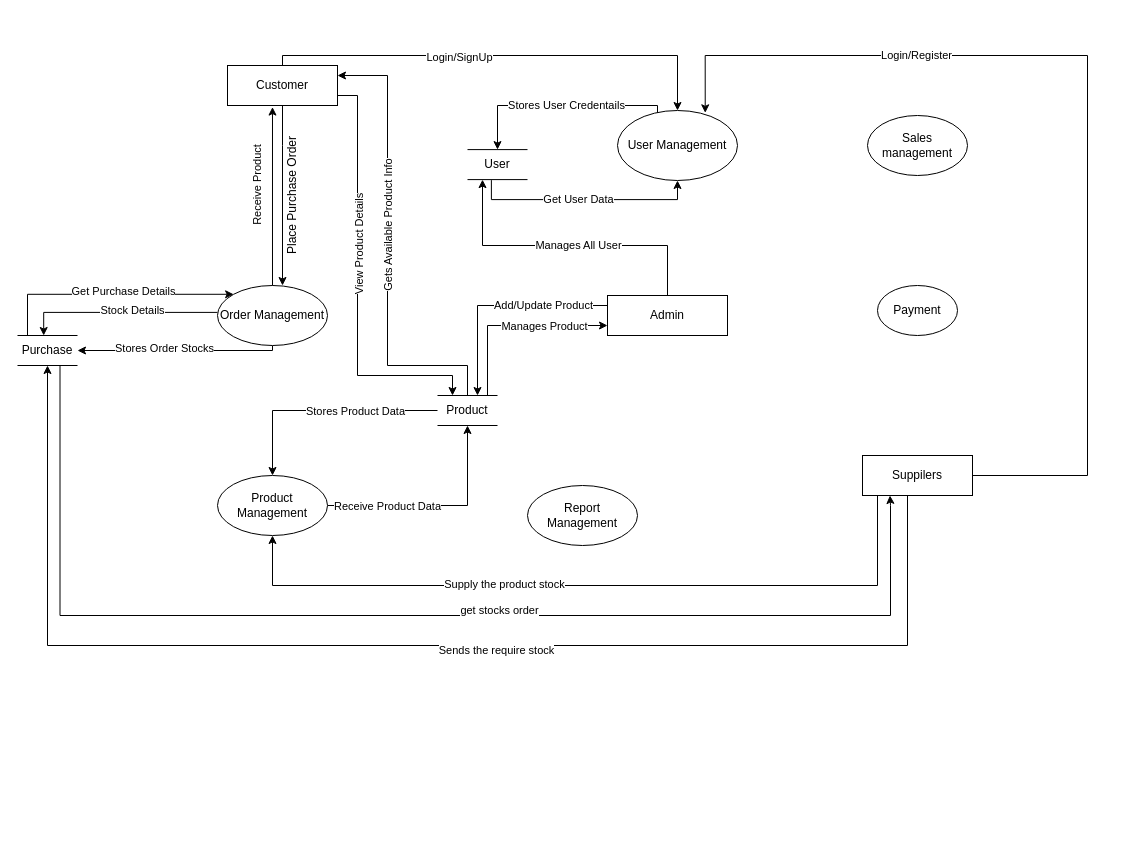
Earlier version of the draw.io diagram hELLO.drawio (pawal-karki/DRAW.IO). Source tidied: cells renumbered, new cells numbered last; positions are measured from the earlier drawing's top-left corner, leaving out a move shared by most shapes. Both pictures are drawn from the tidied source at 100%, with x=0, y=0 at pixel (17, 55).
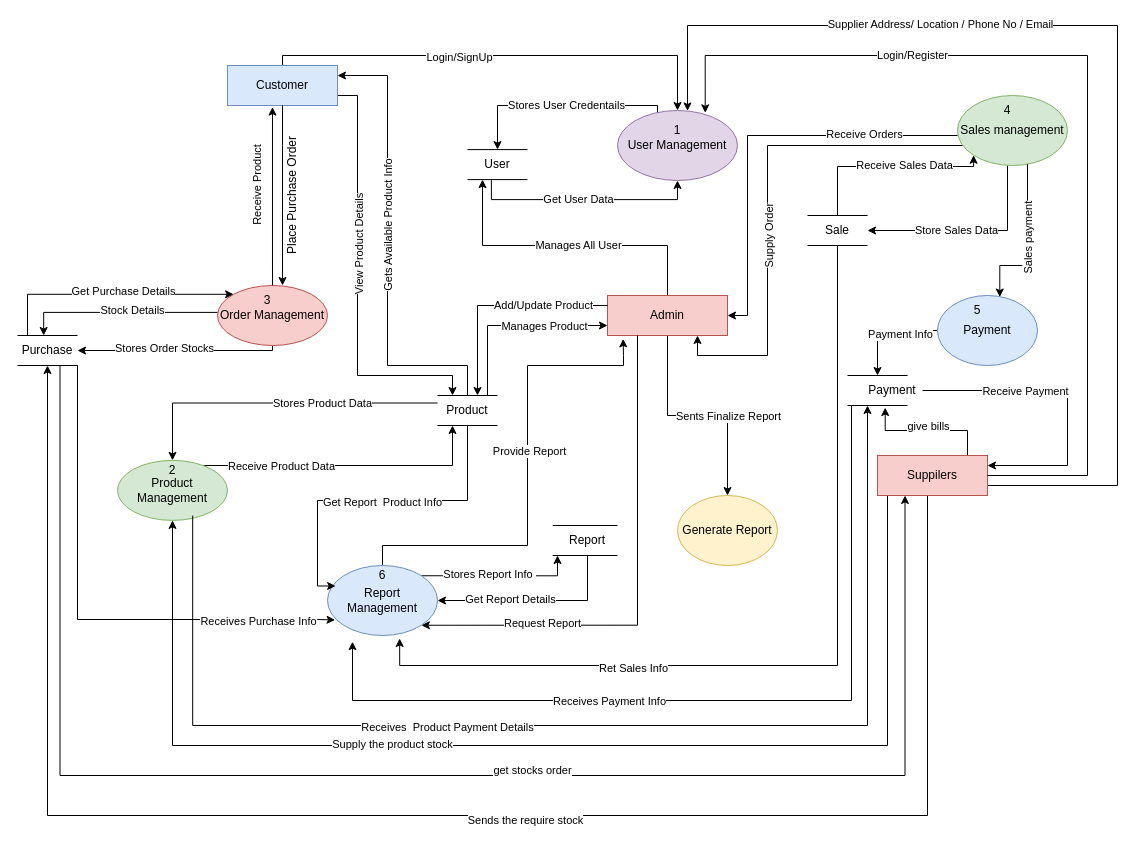
The same page after the edit.

Unchanged cells that the change refers to:
```xml
<mxCell id="37" value="Purchase" style="text;html=1;align=center;verticalAlign=middle;whiteSpace=wrap;rounded=0;" parent="1" vertex="1">
  <mxGeometry y="280" width="60" height="30" as="geometry" />
</mxCell>
<mxCell id="50" value="Product" style="text;html=1;align=center;verticalAlign=middle;whiteSpace=wrap;rounded=0;" parent="1" vertex="1">
  <mxGeometry x="420" y="340" width="60" height="30" as="geometry" />
</mxCell>
```

Change to the diagram source:
```diff
@@
-    <mxCell id="4" value="User Management" style="ellipse;whiteSpace=wrap;html=1;" parent="1" vertex="1">
+    <mxCell id="4" value="User Management" style="ellipse;whiteSpace=wrap;html=1;fillColor=#e1d5e7;strokeColor=#9673a6;" parent="1" vertex="1">
       <mxGeometry x="600" y="55" width="120" height="70" as="geometry" />
     </mxCell>
@@
+    <mxCell id="58" style="edgeStyle=orthogonalEdgeStyle;rounded=0;jettySize=auto;html=1;entryX=0.5;entryY=0;entryDx=0;entryDy=0;" parent="1" edge="1" source="7" target="105">
+      <mxGeometry relative="1" as="geometry" />
+    </mxCell>
+    <mxCell id="59" value="Sents Finalize Report" style="edgeLabel;html=1;align=center;verticalAlign=middle;" parent="58" vertex="1">
+      <mxGeometry x="-0.01" y="-3" relative="1" as="geometry">
+        <mxPoint x="31" y="-3" as="offset" />
+      </mxGeometry>
+    </mxCell>
-    <mxCell id="7" value="Admin" style="rounded=0;whiteSpace=wrap;html=1;" parent="1" vertex="1">
+    <mxCell id="7" value="Admin" style="rounded=0;whiteSpace=wrap;html=1;fillColor=#f8cecc;strokeColor=#b85450;" parent="1" vertex="1">
       <mxGeometry x="590" y="240" width="120" height="40" as="geometry" />
     </mxCell>
     <mxCell id="8" style="edgeStyle=orthogonalEdgeStyle;rounded=0;jettySize=auto;html=1;exitX=0;exitY=1;exitDx=0;exitDy=0;entryX=0.5;entryY=1;entryDx=0;entryDy=0;" parent="1" edge="1" source="26" target="21">
       <mxGeometry relative="1" as="geometry">
         <Array as="points">
-          <mxPoint x="860" y="440" />
-          <mxPoint x="860" y="530" />
-          <mxPoint x="255" y="530" />
+          <mxPoint x="870" y="440" />
+          <mxPoint x="870" y="690" />
+          <mxPoint x="155" y="690" />
         </Array>
       </mxGeometry>
     </mxCell>
@@
+    <mxCell id="60" style="edgeStyle=orthogonalEdgeStyle;rounded=0;jettySize=auto;html=1;entryX=0.5;entryY=1;entryDx=0;entryDy=0;startArrow=classic;startFill=1;endArrow=none;endFill=0;" parent="1" edge="1" source="10" target="98">
+      <mxGeometry relative="1" as="geometry" />
+    </mxCell>
+    <mxCell id="61" value="Get Report Details" style="edgeLabel;html=1;align=center;verticalAlign=middle;" parent="60" vertex="1">
+      <mxGeometry x="-0.26" y="2" relative="1" as="geometry" />
+    </mxCell>
+    <mxCell id="62" style="edgeStyle=orthogonalEdgeStyle;rounded=0;jettySize=auto;html=1;exitX=1;exitY=0;exitDx=0;exitDy=0;entryX=0;entryY=1;entryDx=0;entryDy=0;" parent="1" edge="1" source="10" target="98">
+      <mxGeometry relative="1" as="geometry" />
+    </mxCell>
+    <mxCell id="63" value="Stores Report Info&amp;nbsp;" style="edgeLabel;html=1;align=center;verticalAlign=middle;" parent="62" vertex="1">
+      <mxGeometry x="-0.13" y="2" relative="1" as="geometry" />
+    </mxCell>
+    <mxCell id="64" style="edgeStyle=orthogonalEdgeStyle;rounded=0;jettySize=auto;html=1;entryX=0.13;entryY=1.085;entryDx=0;entryDy=0;entryPerimeter=0;" parent="1" edge="1" source="10" target="7">
+      <mxGeometry relative="1" as="geometry">
+        <Array as="points">
+          <mxPoint x="365" y="490" />
+          <mxPoint x="510" y="490" />
+          <mxPoint x="510" y="310" />
+          <mxPoint x="606" y="310" />
+          <mxPoint x="606" y="300" />
+        </Array>
+      </mxGeometry>
+    </mxCell>
+    <mxCell id="65" value="Provide Report" style="edgeLabel;html=1;align=center;verticalAlign=middle;" parent="64" vertex="1">
+      <mxGeometry x="0.11" y="-1" relative="1" as="geometry" />
+    </mxCell>
+    <mxCell id="66" style="edgeStyle=orthogonalEdgeStyle;rounded=0;jettySize=auto;html=1;exitX=1;exitY=1;exitDx=0;exitDy=0;entryX=0.25;entryY=1;entryDx=0;entryDy=0;startArrow=classic;startFill=1;endArrow=none;endFill=0;" parent="1" edge="1" source="10" target="7">
+      <mxGeometry relative="1" as="geometry" />
+    </mxCell>
+    <mxCell id="67" value="Request Report" style="edgeLabel;html=1;align=center;verticalAlign=middle;" parent="66" vertex="1">
+      <mxGeometry x="-0.52" y="2" relative="1" as="geometry" />
+    </mxCell>
-    <mxCell id="10" value="Report Management" style="ellipse;whiteSpace=wrap;html=1;" parent="1" vertex="1">
-      <mxGeometry x="510" y="430" width="110" height="60" as="geometry" />
+    <mxCell id="10" value="Report Management" style="ellipse;whiteSpace=wrap;html=1;fillColor=#dae8fc;strokeColor=#6c8ebf;" parent="1" vertex="1">
+      <mxGeometry x="310" y="510" width="110" height="70" as="geometry" />
     </mxCell>
@@
-    <mxCell id="15" value="Customer" style="rounded=0;whiteSpace=wrap;html=1;" parent="1" vertex="1">
+    <mxCell id="15" value="Customer" style="rounded=0;whiteSpace=wrap;html=1;fillColor=#dae8fc;strokeColor=#6c8ebf;" parent="1" vertex="1">
       <mxGeometry x="210" y="10" width="110" height="40" as="geometry" />
     </mxCell>
@@
-    <mxCell id="18" value="Order Management" style="ellipse;whiteSpace=wrap;html=1;" parent="1" vertex="1">
+    <mxCell id="18" value="Order Management" style="ellipse;whiteSpace=wrap;html=1;fillColor=#f8cecc;strokeColor=#b85450;" parent="1" vertex="1">
       <mxGeometry x="200" y="230" width="110" height="60" as="geometry" />
     </mxCell>
-    <mxCell id="19" style="edgeStyle=orthogonalEdgeStyle;rounded=0;jettySize=auto;html=1;entryX=0.5;entryY=1;entryDx=0;entryDy=0;" parent="1" edge="1" source="21" target="50">
-      <mxGeometry relative="1" as="geometry" />
+    <mxCell id="19" style="edgeStyle=orthogonalEdgeStyle;rounded=0;jettySize=auto;html=1;entryX=0.25;entryY=1;entryDx=0;entryDy=0;" parent="1" edge="1" source="21" target="50">
+      <mxGeometry relative="1" as="geometry">
+        <Array as="points">
+          <mxPoint x="435" y="410" />
+        </Array>
+      </mxGeometry>
     </mxCell>
@@
-    <mxCell id="21" value="Product Management" style="ellipse;whiteSpace=wrap;html=1;" parent="1" vertex="1">
-      <mxGeometry x="200" y="420" width="110" height="60" as="geometry" />
+    <mxCell id="21" value="Product Management" style="ellipse;whiteSpace=wrap;html=1;fillColor=#d5e8d4;strokeColor=#82b366;" parent="1" vertex="1">
+      <mxGeometry x="100" y="404.9" width="110" height="60" as="geometry" />
     </mxCell>
+    <mxCell id="68" style="edgeStyle=orthogonalEdgeStyle;rounded=0;jettySize=auto;html=1;entryX=0.75;entryY=1;entryDx=0;entryDy=0;" parent="1" edge="1" source="22" target="7">
+      <mxGeometry relative="1" as="geometry">
+        <Array as="points">
+          <mxPoint x="750" y="90" />
+          <mxPoint x="750" y="300" />
+          <mxPoint x="680" y="300" />
+        </Array>
+      </mxGeometry>
+    </mxCell>
+    <mxCell id="69" value="Supply Order" style="edgeLabel;html=1;align=center;verticalAlign=middle;rotation=-90;" parent="68" vertex="1">
+      <mxGeometry x="0.16" y="2" relative="1" as="geometry" />
+    </mxCell>
+    <mxCell id="70" style="edgeStyle=orthogonalEdgeStyle;rounded=0;jettySize=auto;html=1;entryX=1;entryY=0.5;entryDx=0;entryDy=0;" parent="1" edge="1" source="22" target="86">
+      <mxGeometry relative="1" as="geometry">
+        <Array as="points">
+          <mxPoint x="990" y="175" />
+        </Array>
+      </mxGeometry>
+    </mxCell>
+    <mxCell id="71" value="Store Sales Data" style="edgeLabel;html=1;align=center;verticalAlign=middle;" parent="70" vertex="1">
+      <mxGeometry x="0.14" y="-1" relative="1" as="geometry" />
+    </mxCell>
-    <mxCell id="22" value="Sales management" style="ellipse;whiteSpace=wrap;html=1;" parent="1" vertex="1">
-      <mxGeometry x="850" y="60" width="100" height="60" as="geometry" />
+    <mxCell id="22" value="Sales management" style="ellipse;whiteSpace=wrap;html=1;fillColor=#d5e8d4;strokeColor=#82b366;" parent="1" vertex="1">
+      <mxGeometry x="940" y="40" width="110" height="70" as="geometry" />
     </mxCell>
+    <mxCell id="72" style="edgeStyle=orthogonalEdgeStyle;rounded=0;jettySize=auto;html=1;entryX=0.25;entryY=0;entryDx=0;entryDy=0;" parent="1" edge="1" source="23" target="95">
+      <mxGeometry relative="1" as="geometry" />
+    </mxCell>
+    <mxCell id="73" value="Payment Info" style="edgeLabel;html=1;align=center;verticalAlign=middle;" parent="72" vertex="1">
+      <mxGeometry x="-0.27" y="3" relative="1" as="geometry" />
+    </mxCell>
-    <mxCell id="23" value="Payment" style="ellipse;whiteSpace=wrap;html=1;" parent="1" vertex="1">
-      <mxGeometry x="860" y="230" width="80" height="50" as="geometry" />
+    <mxCell id="23" value="Payment" style="ellipse;whiteSpace=wrap;html=1;fillColor=#dae8fc;strokeColor=#6c8ebf;" parent="1" vertex="1">
+      <mxGeometry x="920" y="240" width="100" height="70" as="geometry" />
     </mxCell>
     <mxCell id="24" style="edgeStyle=orthogonalEdgeStyle;rounded=0;jettySize=auto;html=1;entryX=0.5;entryY=1;entryDx=0;entryDy=0;exitX=0.5;exitY=1;exitDx=0;exitDy=0;" parent="1" edge="1" source="26" target="37">
       <mxGeometry relative="1" as="geometry">
         <Array as="points">
-          <mxPoint x="890" y="440" />
-          <mxPoint x="890" y="590" />
-          <mxPoint x="30" y="590" />
+          <mxPoint x="910" y="440" />
+          <mxPoint x="910" y="760" />
+          <mxPoint x="30" y="760" />
         </Array>
       </mxGeometry>
     </mxCell>
@@
+    <mxCell id="74" style="edgeStyle=orthogonalEdgeStyle;rounded=0;jettySize=auto;html=1;" parent="1" edge="1" source="26" target="4">
+      <mxGeometry relative="1" as="geometry">
+        <Array as="points">
+          <mxPoint x="1100" y="430" />
+          <mxPoint x="1100" y="-30" />
+          <mxPoint x="670" y="-30" />
+        </Array>
+      </mxGeometry>
+    </mxCell>
+    <mxCell id="75" value="Supplier Address/ Location / Phone No / Email" style="edgeLabel;html=1;align=center;verticalAlign=middle;" parent="74" vertex="1">
+      <mxGeometry x="0.39" y="-2" relative="1" as="geometry" />
+    </mxCell>
+    <mxCell id="76" style="edgeStyle=orthogonalEdgeStyle;rounded=0;jettySize=auto;html=1;entryX=0.378;entryY=1.068;entryDx=0;entryDy=0;entryPerimeter=0;" parent="1" edge="1" source="26" target="95">
+      <mxGeometry relative="1" as="geometry">
+        <Array as="points">
+          <mxPoint x="950" y="375" />
+          <mxPoint x="868" y="375" />
+        </Array>
+      </mxGeometry>
+    </mxCell>
+    <mxCell id="77" value="give bills" style="edgeLabel;html=1;align=center;verticalAlign=middle;" parent="76" vertex="1">
+      <mxGeometry x="-0.43" y="2" relative="1" as="geometry">
+        <mxPoint x="-28" y="-7" as="offset" />
+      </mxGeometry>
+    </mxCell>
-    <mxCell id="26" value="Suppilers" style="rounded=0;whiteSpace=wrap;html=1;" parent="1" vertex="1">
-      <mxGeometry x="845" y="400" width="110" height="40" as="geometry" />
+    <mxCell id="26" value="Suppilers" style="rounded=0;whiteSpace=wrap;html=1;fillColor=#f8cecc;strokeColor=#b85450;" parent="1" vertex="1">
+      <mxGeometry x="860" y="400" width="110" height="40" as="geometry" />
     </mxCell>
@@
     <mxCell id="35" style="edgeStyle=orthogonalEdgeStyle;rounded=0;jettySize=auto;html=1;entryX=0.25;entryY=1;entryDx=0;entryDy=0;" parent="1" edge="1" target="26">
       <mxGeometry relative="1" as="geometry">
         <mxPoint x="42.5" y="310" as="sourcePoint" />
         <Array as="points">
-          <mxPoint x="43" y="560" />
-          <mxPoint x="873" y="560" />
-          <mxPoint x="873" y="450" />
-          <mxPoint x="873" y="450" />
+          <mxPoint x="43" y="720" />
+          <mxPoint x="888" y="720" />
+          <mxPoint x="888" y="440" />
         </Array>
       </mxGeometry>
     </mxCell>
@@
-    <mxCell id="42" style="edgeStyle=orthogonalEdgeStyle;rounded=0;jettySize=auto;html=1;" parent="1" edge="1" source="50" target="21">
+    <mxCell id="42" style="edgeStyle=orthogonalEdgeStyle;rounded=0;jettySize=auto;html=1;exitX=0;exitY=0.25;exitDx=0;exitDy=0;" parent="1" edge="1" source="50" target="21">
       <mxGeometry relative="1" as="geometry" />
     </mxCell>
@@
+    <mxCell id="78" style="edgeStyle=orthogonalEdgeStyle;rounded=0;jettySize=auto;html=1;entryX=0.074;entryY=0.293;entryDx=0;entryDy=0;entryPerimeter=0;" parent="1" edge="1" source="50" target="10">
+      <mxGeometry relative="1" as="geometry">
+        <Array as="points">
+          <mxPoint x="450" y="445" />
+          <mxPoint x="300" y="445" />
+          <mxPoint x="300" y="531" />
+          <mxPoint x="318" y="531" />
+        </Array>
+      </mxGeometry>
+    </mxCell>
+    <mxCell id="79" value="Get Report&amp;nbsp; Product Info" style="edgeLabel;html=1;align=center;verticalAlign=middle;" parent="78" vertex="1">
+      <mxGeometry x="-0.02" y="1" relative="1" as="geometry" />
+    </mxCell>
@@
+    <mxCell id="80" style="edgeStyle=orthogonalEdgeStyle;rounded=0;jettySize=auto;html=1;startArrow=classic;startFill=1;endArrow=none;endFill=0;" parent="1" edge="1" source="7">
+      <mxGeometry relative="1" as="geometry">
+        <mxPoint x="940" y="80" as="targetPoint" />
+        <Array as="points">
+          <mxPoint x="730" y="260" />
+          <mxPoint x="730" y="80" />
+        </Array>
+      </mxGeometry>
+    </mxCell>
+    <mxCell id="81" value="Receive Orders" style="edgeLabel;html=1;align=center;verticalAlign=middle;" parent="80" vertex="1">
+      <mxGeometry x="0.47" y="2" relative="1" as="geometry">
+        <mxPoint x="15" as="offset" />
+      </mxGeometry>
+    </mxCell>
+    <mxCell id="82" style="endArrow=none;html=1;rounded=0;" parent="1" edge="1">
+      <mxGeometry relative="1" as="geometry">
+        <mxPoint x="790" y="160" as="sourcePoint" />
+        <mxPoint x="850" y="160" as="targetPoint" />
+      </mxGeometry>
+    </mxCell>
+    <mxCell id="83" style="endArrow=none;html=1;rounded=0;" parent="1" edge="1">
+      <mxGeometry relative="1" as="geometry">
+        <mxPoint x="790" y="190" as="sourcePoint" />
+        <mxPoint x="850" y="190" as="targetPoint" />
+      </mxGeometry>
+    </mxCell>
+    <mxCell id="84" style="edgeStyle=orthogonalEdgeStyle;rounded=0;jettySize=auto;html=1;entryX=0;entryY=1;entryDx=0;entryDy=0;" parent="1" edge="1" source="86" target="22">
+      <mxGeometry relative="1" as="geometry">
+        <Array as="points">
+          <mxPoint x="820" y="111" />
+        </Array>
+      </mxGeometry>
+    </mxCell>
+    <mxCell id="85" value="Receive Sales Data" style="edgeLabel;html=1;align=center;verticalAlign=middle;" parent="84" vertex="1">
+      <mxGeometry y="-3" relative="1" as="geometry">
+        <mxPoint x="17" y="-5" as="offset" />
+      </mxGeometry>
+    </mxCell>
+    <mxCell id="86" value="Sale" style="text;html=1;align=center;verticalAlign=middle;whiteSpace=wrap;rounded=0;" parent="1" vertex="1">
+      <mxGeometry x="790" y="160" width="60" height="30" as="geometry" />
+    </mxCell>
+    <mxCell id="87" style="endArrow=none;html=1;rounded=0;" parent="1" edge="1">
+      <mxGeometry relative="1" as="geometry">
+        <mxPoint x="830" y="320" as="sourcePoint" />
+        <mxPoint x="890" y="320" as="targetPoint" />
+      </mxGeometry>
+    </mxCell>
+    <mxCell id="88" style="endArrow=none;html=1;rounded=0;" parent="1" edge="1">
+      <mxGeometry relative="1" as="geometry">
+        <mxPoint x="830" y="350" as="sourcePoint" />
+        <mxPoint x="890" y="350" as="targetPoint" />
+      </mxGeometry>
+    </mxCell>
+    <mxCell id="89" style="edgeStyle=orthogonalEdgeStyle;rounded=0;jettySize=auto;html=1;entryX=1;entryY=0.25;entryDx=0;entryDy=0;" parent="1" edge="1" source="95" target="26">
+      <mxGeometry relative="1" as="geometry">
+        <Array as="points">
+          <mxPoint x="1050" y="335" />
+          <mxPoint x="1050" y="410" />
+        </Array>
+      </mxGeometry>
+    </mxCell>
+    <mxCell id="90" value="Receive Payment" style="edgeLabel;html=1;align=center;verticalAlign=middle;" parent="89" vertex="1">
+      <mxGeometry x="-0.32" relative="1" as="geometry" />
+    </mxCell>
+    <mxCell id="91" style="edgeStyle=orthogonalEdgeStyle;rounded=0;orthogonalLoop=1;jettySize=auto;html=1;entryX=0.684;entryY=0.92;entryDx=0;entryDy=0;entryPerimeter=0;startArrow=classic;startFill=1;endArrow=none;endFill=0;" parent="1" edge="1">
+      <mxGeometry relative="1" as="geometry">
+        <mxPoint x="850" y="350" as="sourcePoint" />
+        <mxPoint x="175.2" y="460.1" as="targetPoint" />
+        <Array as="points">
+          <mxPoint x="850" y="670" />
+          <mxPoint x="175" y="670" />
+        </Array>
+      </mxGeometry>
+    </mxCell>
+    <mxCell id="92" value="Receives&amp;nbsp; Product Payment Details" style="edgeLabel;html=1;align=center;verticalAlign=middle;" parent="91" vertex="1">
+      <mxGeometry x="0.23" y="1" relative="1" as="geometry" />
+    </mxCell>
+    <mxCell id="93" style="edgeStyle=orthogonalEdgeStyle;rounded=0;orthogonalLoop=1;jettySize=auto;html=1;entryX=0;entryY=1;entryDx=0;entryDy=0;" parent="1" edge="1">
+      <mxGeometry relative="1" as="geometry">
+        <mxPoint x="844" y="350" as="sourcePoint" />
+        <mxPoint x="335" y="586.2" as="targetPoint" />
+        <Array as="points">
+          <mxPoint x="834" y="350" />
+          <mxPoint x="834" y="645" />
+          <mxPoint x="335" y="645" />
+        </Array>
+      </mxGeometry>
+    </mxCell>
+    <mxCell id="94" value="Receives Payment Info" style="edgeLabel;html=1;align=center;verticalAlign=middle;" parent="93" vertex="1">
+      <mxGeometry x="0.27" relative="1" as="geometry" />
+    </mxCell>
+    <mxCell id="95" value="Payment" style="text;html=1;align=center;verticalAlign=middle;whiteSpace=wrap;rounded=0;" parent="1" vertex="1">
+      <mxGeometry x="845" y="320" width="60" height="30" as="geometry" />
+    </mxCell>
+    <mxCell id="96" style="endArrow=none;html=1;rounded=0;entryX=1.053;entryY=0.126;entryDx=0;entryDy=0;exitX=-0.027;exitY=0.126;exitDx=0;exitDy=0;exitPerimeter=0;entryPerimeter=0;" parent="1" edge="1">
+      <mxGeometry relative="1" as="geometry">
+        <mxPoint x="535.2" y="470" as="sourcePoint" />
+        <mxPoint x="600" y="470" as="targetPoint" />
+      </mxGeometry>
+    </mxCell>
+    <mxCell id="97" style="endArrow=none;html=1;rounded=0;entryX=1.053;entryY=0.126;entryDx=0;entryDy=0;exitX=-0.027;exitY=0.126;exitDx=0;exitDy=0;exitPerimeter=0;entryPerimeter=0;" parent="1" edge="1">
+      <mxGeometry relative="1" as="geometry">
+        <mxPoint x="535.2" y="500" as="sourcePoint" />
+        <mxPoint x="600" y="500" as="targetPoint" />
+      </mxGeometry>
+    </mxCell>
+    <mxCell id="98" value="Report" style="text;html=1;align=center;verticalAlign=middle;whiteSpace=wrap;rounded=0;" parent="1" vertex="1">
+      <mxGeometry x="540" y="470" width="60" height="30" as="geometry" />
+    </mxCell>
+    <mxCell id="99" style="edgeStyle=orthogonalEdgeStyle;rounded=0;jettySize=auto;html=1;entryX=0.623;entryY=0.022;entryDx=0;entryDy=0;entryPerimeter=0;" parent="1" edge="1" source="22" target="23">
+      <mxGeometry relative="1" as="geometry">
+        <Array as="points">
+          <mxPoint x="1010" y="210" />
+          <mxPoint x="982" y="210" />
+          <mxPoint x="982" y="242" />
+        </Array>
+      </mxGeometry>
+    </mxCell>
+    <mxCell id="100" value="Sales payment" style="edgeLabel;html=1;align=center;verticalAlign=middle;rotation=-90;" parent="99" vertex="1">
+      <mxGeometry x="-0.2" y="1" relative="1" as="geometry">
+        <mxPoint y="11" as="offset" />
+      </mxGeometry>
+    </mxCell>
+    <mxCell id="101" style="edgeStyle=orthogonalEdgeStyle;rounded=0;jettySize=auto;html=1;entryX=0.656;entryY=1.042;entryDx=0;entryDy=0;entryPerimeter=0;" parent="1" edge="1" source="86" target="10">
+      <mxGeometry relative="1" as="geometry">
+        <Array as="points">
+          <mxPoint x="820" y="610" />
+          <mxPoint x="382" y="610" />
+        </Array>
+      </mxGeometry>
+    </mxCell>
+    <mxCell id="102" value="Ret Sales Info" style="edgeLabel;html=1;align=center;verticalAlign=middle;" parent="101" vertex="1">
+      <mxGeometry x="0.41" y="2" relative="1" as="geometry">
+        <mxPoint x="-1" as="offset" />
+      </mxGeometry>
+    </mxCell>
+    <mxCell id="103" style="edgeStyle=orthogonalEdgeStyle;rounded=0;jettySize=auto;html=1;entryX=0.069;entryY=0.778;entryDx=0;entryDy=0;entryPerimeter=0;" parent="1" edge="1" target="10">
+      <mxGeometry relative="1" as="geometry">
+        <mxPoint x="50" y="310" as="sourcePoint" />
+        <Array as="points">
+          <mxPoint x="60" y="310" />
+          <mxPoint x="60" y="564" />
+          <mxPoint x="300" y="564" />
+        </Array>
+      </mxGeometry>
+    </mxCell>
+    <mxCell id="104" value="Receives Purchase Info" style="edgeLabel;html=1;align=center;verticalAlign=middle;" parent="103" vertex="1">
+      <mxGeometry x="0.57" y="-1" relative="1" as="geometry">
+        <mxPoint x="35" as="offset" />
+      </mxGeometry>
+    </mxCell>
+    <mxCell id="105" value="Generate Report" style="ellipse;whiteSpace=wrap;html=1;fillColor=#fff2cc;strokeColor=#d6b656;" parent="1" vertex="1">
+      <mxGeometry x="660" y="440" width="100" height="70" as="geometry" />
+    </mxCell>
+    <mxCell id="106" value="1" style="text;html=1;align=center;verticalAlign=middle;whiteSpace=wrap;rounded=0;" parent="1" vertex="1">
+      <mxGeometry x="630" y="60" width="60" height="30" as="geometry" />
+    </mxCell>
+    <mxCell id="107" value="2" style="text;html=1;align=center;verticalAlign=middle;whiteSpace=wrap;rounded=0;" parent="1" vertex="1">
+      <mxGeometry x="125" y="400" width="60" height="30" as="geometry" />
+    </mxCell>
+    <mxCell id="108" value="3" style="text;html=1;align=center;verticalAlign=middle;whiteSpace=wrap;rounded=0;" parent="1" vertex="1">
+      <mxGeometry x="220" y="230" width="60" height="30" as="geometry" />
+    </mxCell>
+    <mxCell id="109" value="4" style="text;html=1;align=center;verticalAlign=middle;whiteSpace=wrap;rounded=0;" parent="1" vertex="1">
+      <mxGeometry x="960" y="40" width="60" height="30" as="geometry" />
+    </mxCell>
+    <mxCell id="110" value="5" style="text;html=1;align=center;verticalAlign=middle;whiteSpace=wrap;rounded=0;" parent="1" vertex="1">
+      <mxGeometry x="930" y="240" width="60" height="30" as="geometry" />
+    </mxCell>
+    <mxCell id="111" value="6" style="text;html=1;align=center;verticalAlign=middle;whiteSpace=wrap;rounded=0;" parent="1" vertex="1">
+      <mxGeometry x="335" y="500" width="60" height="40" as="geometry" />
+    </mxCell>
```
